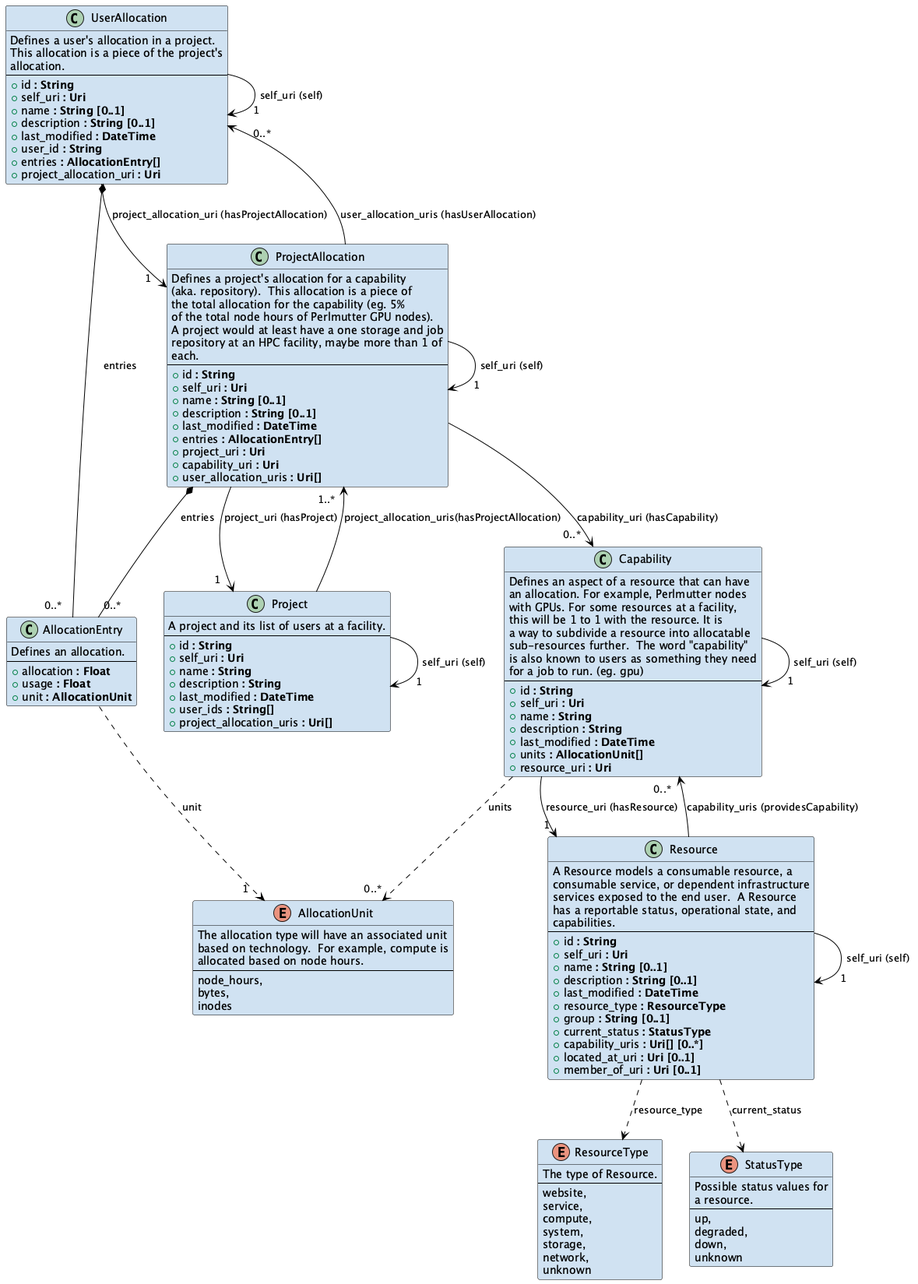
Earlier version of the PlantUML export specification/images/allocation-model.png (doe-iri/iri-facility-api-docs).
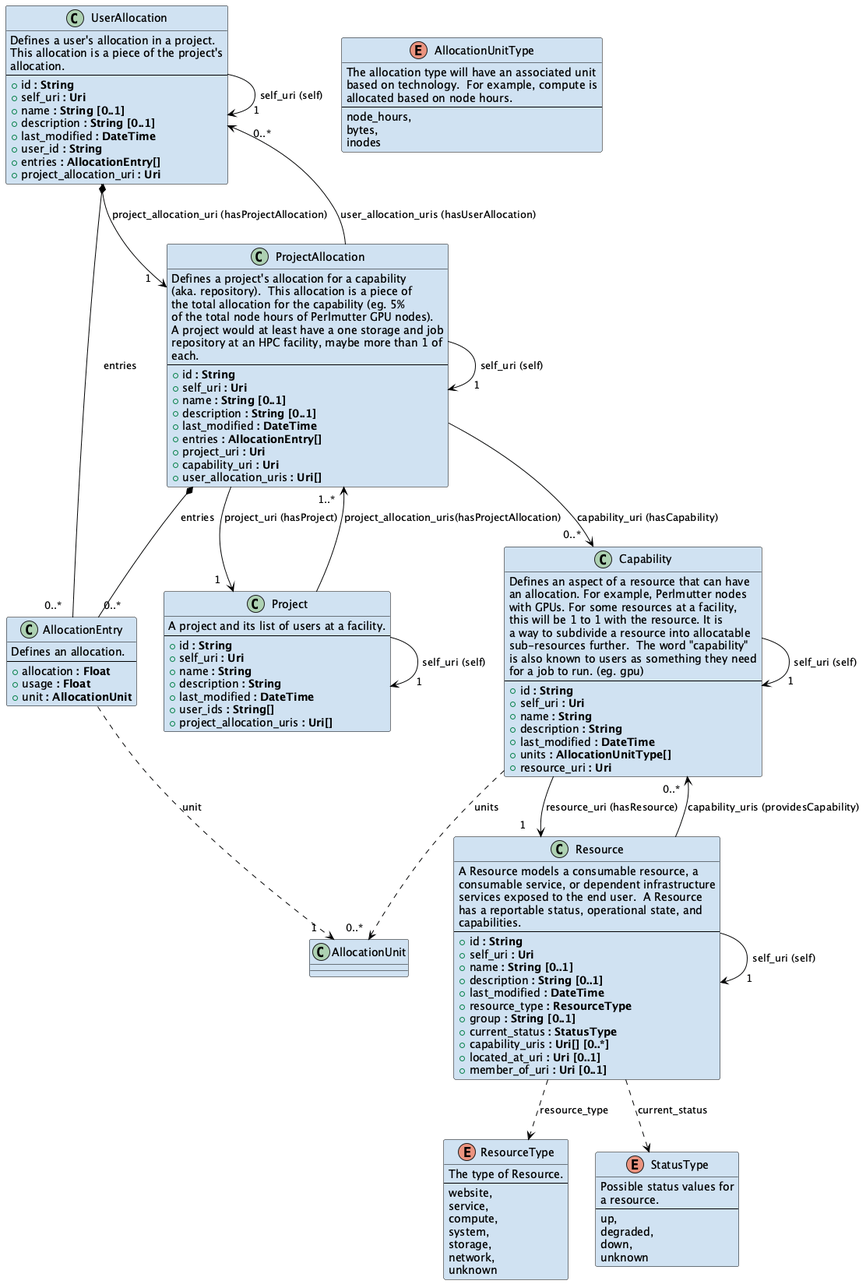
The same diagram one commit later.

The edit, as a diff of the source:
```diff
@@ -21,13 +21,13 @@
   + name <b>: String</b>
   + description <b>: String</b>
   + last_modified <b>: DateTime</b>
-  + units <b>: AllocationUnit[]</b>
+  + units <b>: AllocationUnitType[]</b>
   + resource_uri <b>: Uri</b>
 }
 
 Capability --> "      1" Capability : self_uri (self)
 
-enum AllocationUnit {
+enum AllocationUnitType {
   The allocation type will have an associated unit
   based on technology.  For example, compute is
   allocated based on node hours.
@@ -130,7 +130,7 @@
 
 Resource --> "      1" Resource : self_uri (self)
 Resource --> "0..*   " Capability : capability_uris (providesCapability)
-Capability --> "    1" Resource : resource_uri (hasResource)
+Capability --> "1    " Resource : resource_uri (hasResource)
 
 enum ResourceType {
   The type of Resource.
```
